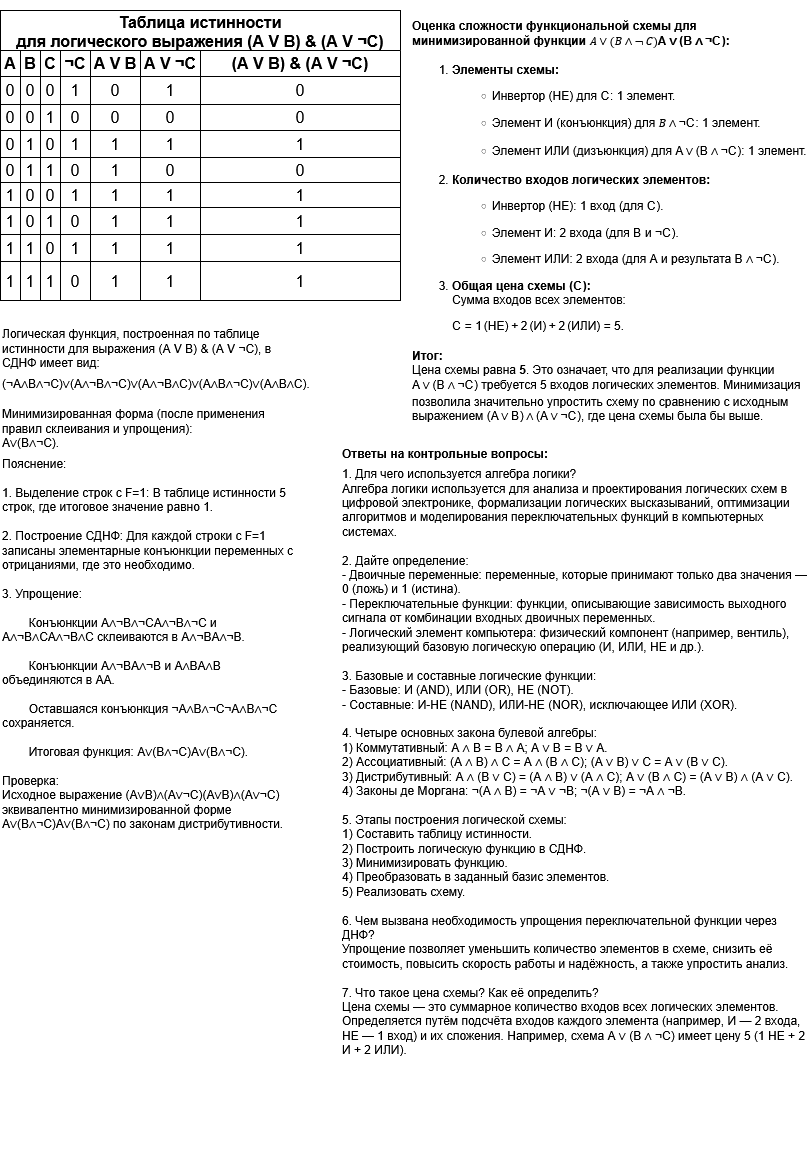
Before: l1.drawio.png, a diagram exported from draw.io (vwvhat/arch). Source tidied: cells renumbered, new cells last; positions are measured from the earlier drawing's top-left corner, leaving out a move shared by most shapes.
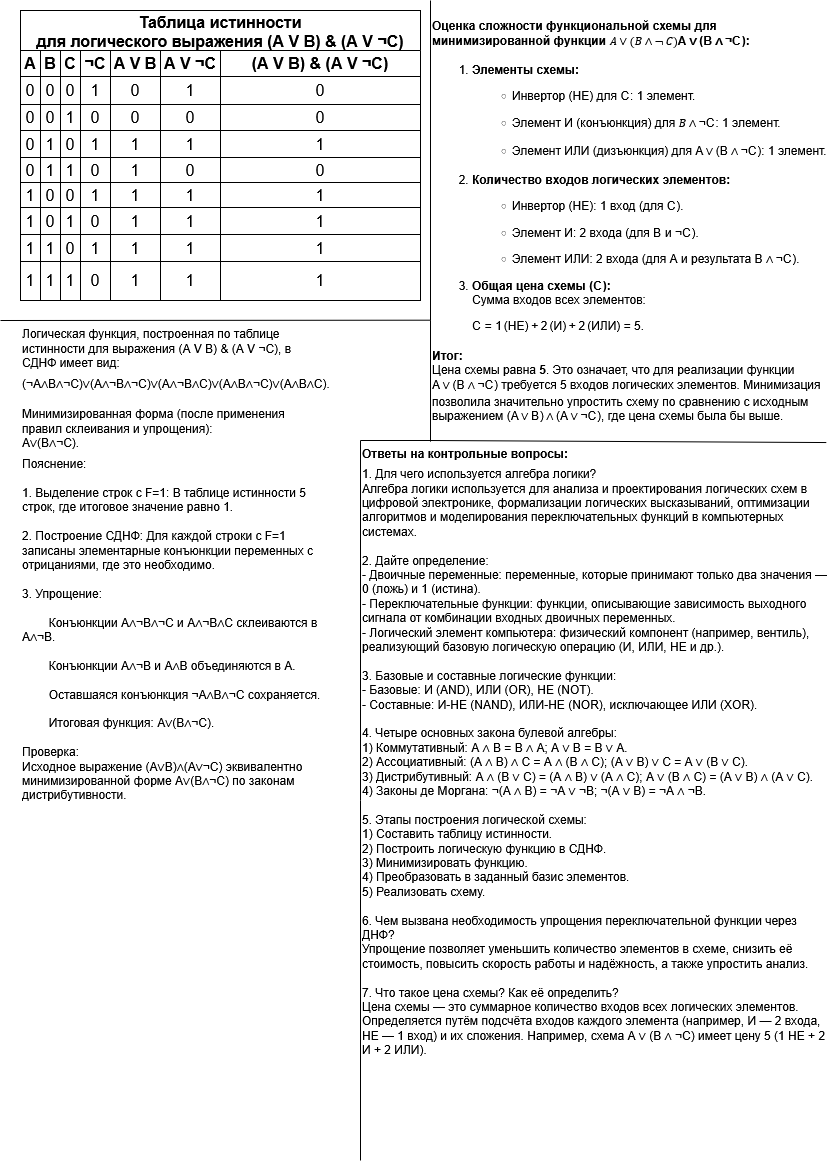
Later version of the same file.

What changed in the source:
```diff
@@ -230,8 +230,8 @@
     <mxCell id="77" value="Минимизированная форма (после применения правил склеивания и упрощения):&#10;A∨(B∧¬C)." style="text;whiteSpace=wrap;" parent="1" vertex="1">
       <mxGeometry y="400" width="300" height="70" as="geometry" />
     </mxCell>
-    <mxCell id="78" value="Пояснение:&#10;&#10;1. Выделение строк с F=1: В таблице истинности 5 строк, где итоговое значение равно 1.&#10;&#10;2. Построение СДНФ: Для каждой строки с F=1 записаны элементарные конъюнкции переменных с отрицаниями, где это необходимо.&#10;&#10;3. Упрощение:&#10;&#10;        Конъюнкции A∧¬B∧¬CA∧¬B∧¬C и A∧¬B∧CA∧¬B∧C склеиваются в A∧¬BA∧¬B.&#10;&#10;        Конъюнкции A∧¬BA∧¬B и A∧BA∧B объединяются в AA.&#10;&#10;        Оставшаяся конъюнкция ¬A∧B∧¬C¬A∧B∧¬C сохраняется.&#10;&#10;        Итоговая функция: A∨(B∧¬C)A∨(B∧¬C).&#10;&#10;Проверка:&#10;Исходное выражение (A∨B)∧(A∨¬C)(A∨B)∧(A∨¬C) эквивалентно минимизированной форме A∨(B∧¬C)A∨(B∧¬C) по законам дистрибутивности." style="text;whiteSpace=wrap;fontStyle=0;" parent="1" vertex="1">
-      <mxGeometry y="450" width="300" height="430" as="geometry" />
+    <mxCell id="78" value="Пояснение:&#10;&#10;1. Выделение строк с F=1: В таблице истинности 5 строк, где итоговое значение равно 1.&#10;&#10;2. Построение СДНФ: Для каждой строки с F=1 записаны элементарные конъюнкции переменных с отрицаниями, где это необходимо.&#10;&#10;3. Упрощение:&#10;&#10;        Конъюнкции A∧¬B∧¬C и A∧¬B∧C склеиваются в A∧¬B.&#10;&#10;        Конъюнкции A∧¬B и A∧B объединяются в A.&#10;&#10;        Оставшаяся конъюнкция ¬A∧B∧¬C сохраняется.&#10;&#10;        Итоговая функция: A∨(B∧¬C).&#10;&#10;Проверка:&#10;Исходное выражение (A∨B)∧(A∨¬C) эквивалентно минимизированной форме A∨(B∧¬C) по законам дистрибутивности." style="text;whiteSpace=wrap;fontStyle=0;" parent="1" vertex="1">
+      <mxGeometry y="450" width="310" height="430" as="geometry" />
     </mxCell>
     <mxCell id="79" value="&lt;div class=&quot;ds-markdown ds-markdown--block&quot; style=&quot;--ds-md-zoom: 1.143;&quot;&gt;&lt;p&gt;&lt;strong&gt;Оценка сложности функциональной схемы для минимизированной функции &lt;span class=&quot;katex&quot;&gt;&lt;span class=&quot;katex-mathml&quot;&gt;&lt;math xmlns=&quot;http://www.w3.org/1998/Math/MathML&quot;&gt;&lt;mrow&gt;&lt;mi&gt;A&lt;/mi&gt;&lt;mo&gt;∨&lt;/mo&gt;&lt;mo stretchy=&quot;false&quot;&gt;(&lt;/mo&gt;&lt;mi&gt;B&lt;/mi&gt;&lt;mo&gt;∧&lt;/mo&gt;&lt;mi mathvariant=&quot;normal&quot;&gt;¬&lt;/mi&gt;&lt;mi&gt;C&lt;/mi&gt;&lt;mo stretchy=&quot;false&quot;&gt;)&lt;/mo&gt;&lt;/mrow&gt;&lt;/math&gt;&lt;/span&gt;&lt;span class=&quot;katex-html&quot; aria-hidden=&quot;true&quot;&gt;&lt;span class=&quot;base&quot;&gt;&lt;span class=&quot;strut&quot; style=&quot;height:0.6833em;&quot;&gt;&lt;/span&gt;&lt;span class=&quot;mord mathnormal&quot;&gt;A&lt;/span&gt;&lt;span class=&quot;mspace&quot; style=&quot;margin-right:0.2222em;&quot;&gt;&lt;/span&gt;&lt;span class=&quot;mbin&quot;&gt;∨&lt;/span&gt;&lt;span class=&quot;mspace&quot; style=&quot;margin-right:0.2222em;&quot;&gt;&lt;/span&gt;&lt;/span&gt;&lt;span class=&quot;base&quot;&gt;&lt;span class=&quot;strut&quot; style=&quot;height:1em;vertical-align:-0.25em;&quot;&gt;&lt;/span&gt;&lt;span class=&quot;mopen&quot;&gt;(&lt;/span&gt;&lt;span class=&quot;mord mathnormal&quot; style=&quot;margin-right:0.05017em;&quot;&gt;B&lt;/span&gt;&lt;span class=&quot;mspace&quot; style=&quot;margin-right:0.2222em;&quot;&gt;&lt;/span&gt;&lt;span class=&quot;mbin&quot;&gt;∧&lt;/span&gt;&lt;span class=&quot;mspace&quot; style=&quot;margin-right:0.2222em;&quot;&gt;&lt;/span&gt;&lt;/span&gt;&lt;span class=&quot;base&quot;&gt;&lt;span class=&quot;strut&quot; style=&quot;height:1em;vertical-align:-0.25em;&quot;&gt;&lt;/span&gt;&lt;span class=&quot;mord&quot;&gt;¬&lt;/span&gt;&lt;span class=&quot;mord mathnormal&quot; style=&quot;margin-right:0.07153em;&quot;&gt;C&lt;/span&gt;&lt;span class=&quot;mclose&quot;&gt;)&lt;/span&gt;&lt;/span&gt;&lt;/span&gt;&lt;/span&gt;:&lt;/strong&gt;&lt;/p&gt;&lt;ol start=&quot;1&quot;&gt;&lt;li&gt;&lt;p&gt;&lt;strong&gt;Элементы схемы:&lt;/strong&gt;&lt;/p&gt;&lt;ul&gt;&lt;li&gt;&lt;p&gt;Инвертор (НЕ) для &lt;span class=&quot;katex&quot;&gt;&lt;span class=&quot;katex-html&quot; aria-hidden=&quot;true&quot;&gt;&lt;span class=&quot;base&quot;&gt;&lt;span class=&quot;strut&quot; style=&quot;height:0.6833em;&quot;&gt;&lt;/span&gt;&lt;span class=&quot;mord mathnormal&quot; style=&quot;margin-right:0.07153em;&quot;&gt;C&lt;/span&gt;&lt;/span&gt;&lt;/span&gt;&lt;/span&gt;: 1 элемент.&lt;/p&gt;&lt;/li&gt;&lt;li&gt;&lt;p&gt;Элемент И (конъюнкция) для &lt;span class=&quot;katex&quot;&gt;&lt;span class=&quot;katex-mathml&quot;&gt;&lt;math xmlns=&quot;http://www.w3.org/1998/Math/MathML&quot;&gt;&lt;mrow&gt;&lt;mi&gt;B&lt;/mi&gt;&lt;/mrow&gt;&lt;/math&gt;&lt;/span&gt;&lt;span class=&quot;katex-html&quot; aria-hidden=&quot;true&quot;&gt;&lt;span class=&quot;base&quot;&gt;&lt;span class=&quot;mspace&quot; style=&quot;margin-right:0.2222em;&quot;&gt;&lt;/span&gt;&lt;span class=&quot;mbin&quot;&gt;∧&lt;/span&gt;&lt;span class=&quot;mspace&quot; style=&quot;margin-right:0.2222em;&quot;&gt;&lt;/span&gt;&lt;/span&gt;&lt;span class=&quot;base&quot;&gt;&lt;span class=&quot;strut&quot; style=&quot;height:0.6833em;&quot;&gt;&lt;/span&gt;&lt;span class=&quot;mord&quot;&gt;¬&lt;/span&gt;&lt;span class=&quot;mord mathnormal&quot; style=&quot;margin-right:0.07153em;&quot;&gt;C&lt;/span&gt;&lt;/span&gt;&lt;/span&gt;&lt;/span&gt;: 1 элемент.&lt;/p&gt;&lt;/li&gt;&lt;li&gt;&lt;p&gt;Элемент ИЛИ (дизъюнкция) для &lt;span class=&quot;katex&quot;&gt;&lt;span class=&quot;katex-html&quot; aria-hidden=&quot;true&quot;&gt;&lt;span class=&quot;base&quot;&gt;&lt;span class=&quot;mord mathnormal&quot;&gt;A&lt;/span&gt;&lt;span class=&quot;mspace&quot; style=&quot;margin-right:0.2222em;&quot;&gt;&lt;/span&gt;&lt;span class=&quot;mbin&quot;&gt;∨&lt;/span&gt;&lt;span class=&quot;mspace&quot; style=&quot;margin-right:0.2222em;&quot;&gt;&lt;/span&gt;&lt;/span&gt;&lt;span class=&quot;base&quot;&gt;&lt;span class=&quot;strut&quot; style=&quot;height:1em;vertical-align:-0.25em;&quot;&gt;&lt;/span&gt;&lt;span class=&quot;mopen&quot;&gt;(&lt;/span&gt;&lt;span class=&quot;mord mathnormal&quot; style=&quot;margin-right:0.05017em;&quot;&gt;B&lt;/span&gt;&lt;span class=&quot;mspace&quot; style=&quot;margin-right:0.2222em;&quot;&gt;&lt;/span&gt;&lt;span class=&quot;mbin&quot;&gt;∧&lt;/span&gt;&lt;span class=&quot;mspace&quot; style=&quot;margin-right:0.2222em;&quot;&gt;&lt;/span&gt;&lt;/span&gt;&lt;span class=&quot;base&quot;&gt;&lt;span class=&quot;strut&quot; style=&quot;height:1em;vertical-align:-0.25em;&quot;&gt;&lt;/span&gt;&lt;span class=&quot;mord&quot;&gt;¬&lt;/span&gt;&lt;span class=&quot;mord mathnormal&quot; style=&quot;margin-right:0.07153em;&quot;&gt;C&lt;/span&gt;&lt;span class=&quot;mclose&quot;&gt;)&lt;/span&gt;&lt;/span&gt;&lt;/span&gt;&lt;/span&gt;: 1 элемент.&lt;/p&gt;&lt;/li&gt;&lt;/ul&gt;&lt;/li&gt;&lt;li&gt;&lt;p&gt;&lt;strong&gt;Количество входов логических элементов:&lt;/strong&gt;&lt;/p&gt;&lt;ul&gt;&lt;li&gt;&lt;p&gt;Инвертор (НЕ): 1 вход (для &lt;span class=&quot;katex&quot;&gt;&lt;span class=&quot;katex-html&quot; aria-hidden=&quot;true&quot;&gt;&lt;span class=&quot;base&quot;&gt;&lt;span class=&quot;strut&quot; style=&quot;height:0.6833em;&quot;&gt;&lt;/span&gt;&lt;span class=&quot;mord mathnormal&quot; style=&quot;margin-right:0.07153em;&quot;&gt;C&lt;/span&gt;&lt;/span&gt;&lt;/span&gt;&lt;/span&gt;).&lt;/p&gt;&lt;/li&gt;&lt;li&gt;&lt;p&gt;Элемент И: 2 входа (для &lt;span class=&quot;katex&quot;&gt;&lt;span class=&quot;katex-html&quot; aria-hidden=&quot;true&quot;&gt;&lt;span class=&quot;base&quot;&gt;&lt;span class=&quot;strut&quot; style=&quot;height:0.6833em;&quot;&gt;&lt;/span&gt;&lt;span class=&quot;mord mathnormal&quot; style=&quot;margin-right:0.05017em;&quot;&gt;B&lt;/span&gt;&lt;/span&gt;&lt;/span&gt;&lt;/span&gt; и &lt;span class=&quot;katex&quot;&gt;&lt;span class=&quot;katex-html&quot; aria-hidden=&quot;true&quot;&gt;&lt;span class=&quot;base&quot;&gt;&lt;span class=&quot;mord&quot;&gt;¬&lt;/span&gt;&lt;span class=&quot;mord mathnormal&quot; style=&quot;margin-right:0.07153em;&quot;&gt;C&lt;/span&gt;&lt;/span&gt;&lt;/span&gt;&lt;/span&gt;).&lt;/p&gt;&lt;/li&gt;&lt;li&gt;&lt;p&gt;Элемент ИЛИ: 2 входа (для &lt;span class=&quot;katex&quot;&gt;&lt;span class=&quot;katex-html&quot; aria-hidden=&quot;true&quot;&gt;&lt;span class=&quot;base&quot;&gt;&lt;span class=&quot;mord mathnormal&quot;&gt;A&lt;/span&gt;&lt;/span&gt;&lt;/span&gt;&lt;/span&gt; и результата &lt;span class=&quot;katex&quot;&gt;&lt;span class=&quot;katex-html&quot; aria-hidden=&quot;true&quot;&gt;&lt;span class=&quot;base&quot;&gt;&lt;span class=&quot;strut&quot; style=&quot;height:0.6833em;&quot;&gt;&lt;/span&gt;&lt;span class=&quot;mord mathnormal&quot; style=&quot;margin-right:0.05017em;&quot;&gt;B&lt;/span&gt;&lt;span class=&quot;mspace&quot; style=&quot;margin-right:0.2222em;&quot;&gt;&lt;/span&gt;&lt;span class=&quot;mbin&quot;&gt;∧&lt;/span&gt;&lt;span class=&quot;mspace&quot; style=&quot;margin-right:0.2222em;&quot;&gt;&lt;/span&gt;&lt;/span&gt;&lt;span class=&quot;base&quot;&gt;&lt;span class=&quot;strut&quot; style=&quot;height:0.6833em;&quot;&gt;&lt;/span&gt;&lt;span class=&quot;mord&quot;&gt;¬&lt;/span&gt;&lt;span class=&quot;mord mathnormal&quot; style=&quot;margin-right:0.07153em;&quot;&gt;C&lt;/span&gt;&lt;/span&gt;&lt;/span&gt;&lt;/span&gt;).&lt;/p&gt;&lt;/li&gt;&lt;/ul&gt;&lt;/li&gt;&lt;li&gt;&lt;p&gt;&lt;strong&gt;Общая цена схемы (&lt;span class=&quot;katex&quot;&gt;&lt;span class=&quot;katex-html&quot; aria-hidden=&quot;true&quot;&gt;&lt;span class=&quot;base&quot;&gt;&lt;span class=&quot;mord mathnormal&quot; style=&quot;margin-right:0.07153em;&quot;&gt;C&lt;/span&gt;&lt;/span&gt;&lt;/span&gt;&lt;/span&gt;):&lt;/strong&gt;&lt;br&gt;Сумма входов всех элементов:&lt;/p&gt;&lt;span class=&quot;katex-display ds-markdown-math&quot;&gt;&lt;span class=&quot;katex&quot;&gt;&lt;span class=&quot;katex-mathml&quot;&gt;&lt;/span&gt;&lt;span class=&quot;katex-html&quot; aria-hidden=&quot;true&quot;&gt;&lt;span class=&quot;base&quot;&gt;&lt;span class=&quot;strut&quot; style=&quot;height:0.6833em;&quot;&gt;&lt;/span&gt;&lt;span class=&quot;mord mathnormal&quot; style=&quot;margin-right:0.07153em;&quot;&gt;C&lt;/span&gt;&lt;span class=&quot;mspace&quot; style=&quot;margin-right:0.2778em;&quot;&gt;&lt;/span&gt;&lt;span class=&quot;mrel&quot;&gt;=&lt;/span&gt;&lt;span class=&quot;mspace&quot; style=&quot;margin-right:0.2778em;&quot;&gt;&lt;/span&gt;&lt;/span&gt;&lt;span class=&quot;base&quot;&gt;&lt;span class=&quot;strut&quot; style=&quot;height:1em;vertical-align:-0.25em;&quot;&gt;&lt;/span&gt;&lt;span class=&quot;mord&quot;&gt;1&lt;/span&gt;&lt;span class=&quot;mspace&quot; style=&quot;margin-right:0.1667em;&quot;&gt;&lt;/span&gt;&lt;span class=&quot;mopen&quot;&gt;(&lt;/span&gt;&lt;span class=&quot;mord text&quot;&gt;&lt;span class=&quot;mord cyrillic_fallback&quot;&gt;НЕ&lt;/span&gt;&lt;/span&gt;&lt;span class=&quot;mclose&quot;&gt;)&lt;/span&gt;&lt;span class=&quot;mspace&quot; style=&quot;margin-right:0.2222em;&quot;&gt;&lt;/span&gt;&lt;span class=&quot;mbin&quot;&gt;+&lt;/span&gt;&lt;span class=&quot;mspace&quot; style=&quot;margin-right:0.2222em;&quot;&gt;&lt;/span&gt;&lt;/span&gt;&lt;span class=&quot;base&quot;&gt;&lt;span class=&quot;strut&quot; style=&quot;height:1em;vertical-align:-0.25em;&quot;&gt;&lt;/span&gt;&lt;span class=&quot;mord&quot;&gt;2&lt;/span&gt;&lt;span class=&quot;mspace&quot; style=&quot;margin-right:0.1667em;&quot;&gt;&lt;/span&gt;&lt;span class=&quot;mopen&quot;&gt;(&lt;/span&gt;&lt;span class=&quot;mord text&quot;&gt;&lt;span class=&quot;mord cyrillic_fallback&quot;&gt;И&lt;/span&gt;&lt;/span&gt;&lt;span class=&quot;mclose&quot;&gt;)&lt;/span&gt;&lt;span class=&quot;mspace&quot; style=&quot;margin-right:0.2222em;&quot;&gt;&lt;/span&gt;&lt;span class=&quot;mbin&quot;&gt;+&lt;/span&gt;&lt;span class=&quot;mspace&quot; style=&quot;margin-right:0.2222em;&quot;&gt;&lt;/span&gt;&lt;/span&gt;&lt;span class=&quot;base&quot;&gt;&lt;span class=&quot;strut&quot; style=&quot;height:1em;vertical-align:-0.25em;&quot;&gt;&lt;/span&gt;&lt;span class=&quot;mord&quot;&gt;2&lt;/span&gt;&lt;span class=&quot;mspace&quot; style=&quot;margin-right:0.1667em;&quot;&gt;&lt;/span&gt;&lt;span class=&quot;mopen&quot;&gt;(&lt;/span&gt;&lt;span class=&quot;mord text&quot;&gt;&lt;span class=&quot;mord cyrillic_fallback&quot;&gt;ИЛИ&lt;/span&gt;&lt;/span&gt;&lt;span class=&quot;mclose&quot;&gt;)&lt;/span&gt;&lt;span class=&quot;mspace&quot; style=&quot;margin-right:0.2778em;&quot;&gt;&lt;/span&gt;&lt;span class=&quot;mrel&quot;&gt;=&lt;/span&gt;&lt;span class=&quot;mspace&quot; style=&quot;margin-right:0.2778em;&quot;&gt;&lt;/span&gt;&lt;/span&gt;&lt;span class=&quot;base&quot;&gt;&lt;span class=&quot;strut&quot; style=&quot;height:0.6444em;&quot;&gt;&lt;/span&gt;&lt;span class=&quot;mord&quot;&gt;5.&lt;/span&gt;&lt;/span&gt;&lt;/span&gt;&lt;/span&gt;&lt;/span&gt;&lt;/li&gt;&lt;/ol&gt;&lt;p&gt;&lt;strong&gt;Итог:&lt;/strong&gt;&lt;br&gt;Цена схемы равна &lt;strong&gt;5&lt;/strong&gt;. Это означает, что для реализации функции &lt;span class=&quot;katex&quot;&gt;&lt;span class=&quot;katex-html&quot; aria-hidden=&quot;true&quot;&gt;&lt;span class=&quot;base&quot;&gt;&lt;span class=&quot;mord mathnormal&quot;&gt;A&lt;/span&gt;&lt;span class=&quot;mspace&quot; style=&quot;margin-right:0.2222em;&quot;&gt;&lt;/span&gt;&lt;span class=&quot;mbin&quot;&gt;∨&lt;/span&gt;&lt;span class=&quot;mspace&quot; style=&quot;margin-right:0.2222em;&quot;&gt;&lt;/span&gt;&lt;/span&gt;&lt;span class=&quot;base&quot;&gt;&lt;span class=&quot;strut&quot; style=&quot;height:1em;vertical-align:-0.25em;&quot;&gt;&lt;/span&gt;&lt;span class=&quot;mopen&quot;&gt;(&lt;/span&gt;&lt;span class=&quot;mord mathnormal&quot; style=&quot;margin-right:0.05017em;&quot;&gt;B&lt;/span&gt;&lt;span class=&quot;mspace&quot; style=&quot;margin-right:0.2222em;&quot;&gt;&lt;/span&gt;&lt;span class=&quot;mbin&quot;&gt;∧&lt;/span&gt;&lt;span class=&quot;mspace&quot; style=&quot;margin-right:0.2222em;&quot;&gt;&lt;/span&gt;&lt;/span&gt;&lt;span class=&quot;base&quot;&gt;&lt;span class=&quot;strut&quot; style=&quot;height:1em;vertical-align:-0.25em;&quot;&gt;&lt;/span&gt;&lt;span class=&quot;mord&quot;&gt;¬&lt;/span&gt;&lt;span class=&quot;mord mathnormal&quot; style=&quot;margin-right:0.07153em;&quot;&gt;C&lt;/span&gt;&lt;span class=&quot;mclose&quot;&gt;)&lt;/span&gt;&lt;/span&gt;&lt;/span&gt;&lt;/span&gt; требуется 5 входов логических элементов. Минимизация позволила значительно упростить схему по сравнению с исходным выражением &lt;span class=&quot;katex&quot;&gt;&lt;span class=&quot;katex-html&quot; aria-hidden=&quot;true&quot;&gt;&lt;span class=&quot;base&quot;&gt;&lt;span class=&quot;mopen&quot;&gt;(&lt;/span&gt;&lt;span class=&quot;mord mathnormal&quot;&gt;A&lt;/span&gt;&lt;span class=&quot;mspace&quot; style=&quot;margin-right:0.2222em;&quot;&gt;&lt;/span&gt;&lt;span class=&quot;mbin&quot;&gt;∨&lt;/span&gt;&lt;span class=&quot;mspace&quot; style=&quot;margin-right:0.2222em;&quot;&gt;&lt;/span&gt;&lt;/span&gt;&lt;span class=&quot;base&quot;&gt;&lt;span class=&quot;strut&quot; style=&quot;height:1em;vertical-align:-0.25em;&quot;&gt;&lt;/span&gt;&lt;span class=&quot;mord mathnormal&quot; style=&quot;margin-right:0.05017em;&quot;&gt;B&lt;/span&gt;&lt;span class=&quot;mclose&quot;&gt;)&lt;/span&gt;&lt;span class=&quot;mspace&quot; style=&quot;margin-right:0.2222em;&quot;&gt;&lt;/span&gt;&lt;span class=&quot;mbin&quot;&gt;∧&lt;/span&gt;&lt;span class=&quot;mspace&quot; style=&quot;margin-right:0.2222em;&quot;&gt;&lt;/span&gt;&lt;/span&gt;&lt;span class=&quot;base&quot;&gt;&lt;span class=&quot;strut&quot; style=&quot;height:1em;vertical-align:-0.25em;&quot;&gt;&lt;/span&gt;&lt;span class=&quot;mopen&quot;&gt;(&lt;/span&gt;&lt;span class=&quot;mord mathnormal&quot;&gt;A&lt;/span&gt;&lt;span class=&quot;mspace&quot; style=&quot;margin-right:0.2222em;&quot;&gt;&lt;/span&gt;&lt;span class=&quot;mbin&quot;&gt;∨&lt;/span&gt;&lt;span class=&quot;mspace&quot; style=&quot;margin-right:0.2222em;&quot;&gt;&lt;/span&gt;&lt;/span&gt;&lt;span class=&quot;base&quot;&gt;&lt;span class=&quot;strut&quot; style=&quot;height:1em;vertical-align:-0.25em;&quot;&gt;&lt;/span&gt;&lt;span class=&quot;mord&quot;&gt;¬&lt;/span&gt;&lt;span class=&quot;mord mathnormal&quot; style=&quot;margin-right:0.07153em;&quot;&gt;C&lt;/span&gt;&lt;span class=&quot;mclose&quot;&gt;)&lt;/span&gt;&lt;/span&gt;&lt;/span&gt;&lt;/span&gt;, где цена схемы была бы выше.&lt;/p&gt;&lt;/div&gt;" style="text;whiteSpace=wrap;html=1;" parent="1" vertex="1">
       <mxGeometry x="410" width="397" height="460" as="geometry" />
@@ -242,5 +242,35 @@
     <mxCell id="81" value="Ответы на контрольные вопросы:" style="text;whiteSpace=wrap;fontStyle=1;" parent="1" vertex="1">
       <mxGeometry x="340" y="440" width="220" height="40" as="geometry" />
     </mxCell>
+    <mxCell id="82" style="endArrow=none;html=1;rounded=0;entryX=0.001;entryY=0.695;entryDx=0;entryDy=0;entryPerimeter=0;" parent="1" edge="1" target="79">
+      <mxGeometry relative="1" as="geometry">
+        <mxPoint x="-20" y="320" as="sourcePoint" />
+      </mxGeometry>
+    </mxCell>
+    <mxCell id="83" style="endArrow=none;html=1;rounded=0;entryX=0;entryY=0;entryDx=0;entryDy=0;" parent="1" edge="1" target="79">
+      <mxGeometry relative="1" as="geometry">
+        <mxPoint x="410" y="320" as="sourcePoint" />
+      </mxGeometry>
+    </mxCell>
+    <mxCell id="84" style="endArrow=none;html=1;rounded=0;exitX=0;exitY=0.959;exitDx=0;exitDy=0;exitPerimeter=0;" parent="1" edge="1" source="79">
+      <mxGeometry relative="1" as="geometry">
+        <mxPoint x="410" y="320" as="targetPoint" />
+      </mxGeometry>
+    </mxCell>
+    <mxCell id="85" style="endArrow=none;html=1;rounded=0;entryX=0.997;entryY=0.961;entryDx=0;entryDy=0;entryPerimeter=0;" parent="1" edge="1" target="79">
+      <mxGeometry relative="1" as="geometry">
+        <mxPoint x="410" y="440" as="sourcePoint" />
+      </mxGeometry>
+    </mxCell>
+    <mxCell id="86" style="endArrow=none;html=1;rounded=0;exitX=0;exitY=0;exitDx=0;exitDy=0;" parent="1" edge="1" source="81">
+      <mxGeometry relative="1" as="geometry">
+        <mxPoint x="410" y="440" as="targetPoint" />
+      </mxGeometry>
+    </mxCell>
+    <mxCell id="87" style="endArrow=none;html=1;rounded=0;exitX=0;exitY=1;exitDx=0;exitDy=0;" parent="1" edge="1" source="80">
+      <mxGeometry relative="1" as="geometry">
+        <mxPoint x="340" y="440" as="targetPoint" />
+      </mxGeometry>
+    </mxCell>
   </root>
 </mxGraphModel>
```
